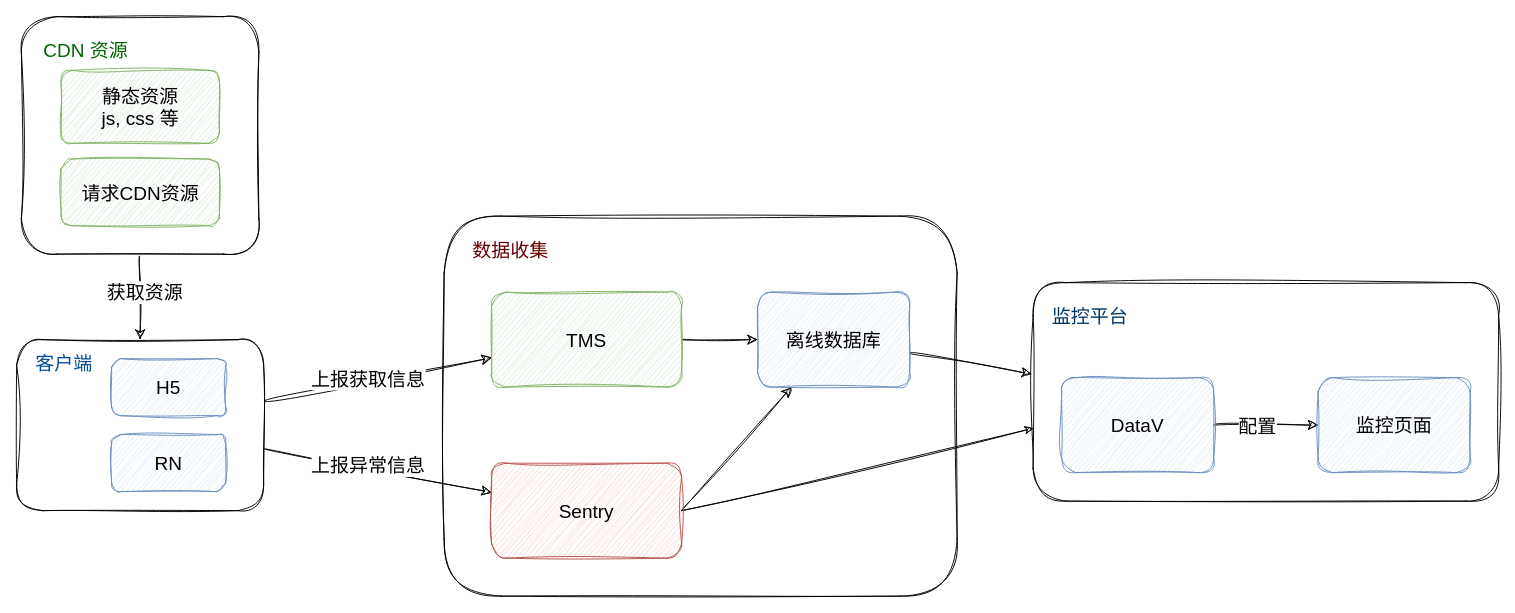
Before: CDN.drawio in Darkindom/draw-the-diagrams, a draw.io diagram. Source tidied: cells renumbered, new cells numbered last; positions are measured from the earlier drawing's top-left corner, leaving out a move shared by most shapes. Both pictures are drawn from the tidied source at 95%, with x=0, y=0 at pixel (16, 16).
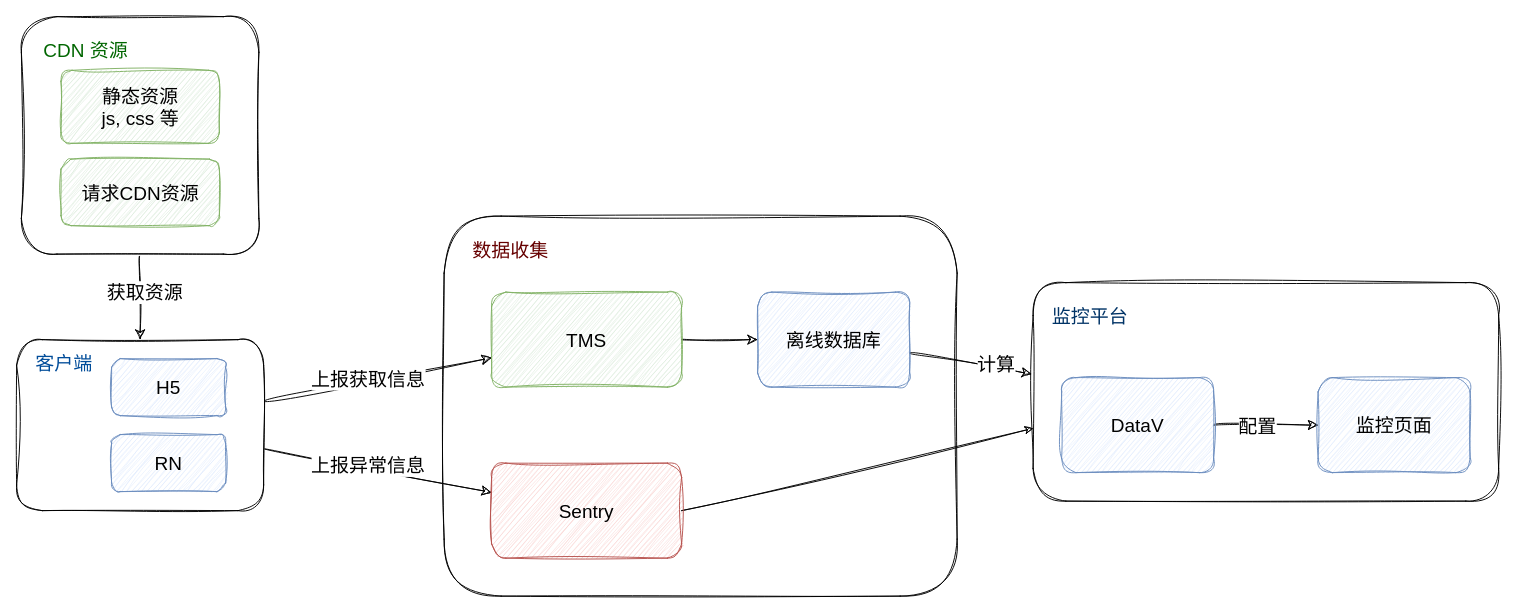
After the change.

Unchanged cells that the change refers to:
```xml
<mxCell id="2" style="rounded=1;whiteSpace=wrap;html=1;sketch=1;hachureGap=4;jiggle=2;curveFitting=1;fontFamily=手札体-简;fontSize=20;" parent="1" vertex="1">
  <mxGeometry x="1070" y="280" width="490" height="230" as="geometry" />
</mxCell>
<mxCell id="22" value="Sentry" style="whiteSpace=wrap;html=1;fontSize=20;fontFamily=手札体-简;rounded=1;sketch=1;hachureGap=4;jiggle=2;curveFitting=1;fillColor=#f8cecc;strokeColor=#b85450;" parent="1" vertex="1">
  <mxGeometry x="500" y="470" width="200" height="100" as="geometry" />
</mxCell>
<mxCell id="23" style="edgeStyle=none;curved=1;rounded=0;sketch=1;hachureGap=4;jiggle=2;curveFitting=1;jettySize=auto;html=1;fontFamily=手札体-简;fontSize=16;startSize=8;endSize=8;entryX=-0.003;entryY=0.419;entryDx=0;entryDy=0;entryPerimeter=0;" parent="1" edge="1" source="24" target="2">
  <mxGeometry relative="1" as="geometry" />
</mxCell>
<mxCell id="24" value="离线数据库" style="whiteSpace=wrap;html=1;fontSize=20;fontFamily=手札体-简;rounded=1;sketch=1;hachureGap=4;jiggle=2;curveFitting=1;fillColor=#dae8fc;strokeColor=#6c8ebf;" parent="1" vertex="1">
  <mxGeometry x="780" y="290" width="160" height="100" as="geometry" />
</mxCell>
```

The edit, as a diff of the source:
```diff
@@
-    <mxCell id="20" style="edgeStyle=none;curved=1;rounded=0;sketch=1;hachureGap=4;jiggle=2;curveFitting=1;jettySize=auto;html=1;exitX=1;exitY=0.5;exitDx=0;exitDy=0;fontFamily=手札体-简;fontSize=16;startSize=8;endSize=8;" parent="1" edge="1" source="22" target="24">
-      <mxGeometry relative="1" as="geometry" />
-    </mxCell>
-    <mxCell id="21" style="rounded=0;sketch=1;hachureGap=4;jiggle=2;curveFitting=1;jettySize=auto;html=1;exitX=1;exitY=0.5;exitDx=0;exitDy=0;fontFamily=Architects Daughter;fontSize=16;entryX=0;entryY=0.667;entryDx=0;entryDy=0;entryPerimeter=0;" parent="1" edge="1" source="22" target="2">
+    <mxCell id="21" style="rounded=0;sketch=1;hachureGap=4;jiggle=2;curveFitting=1;jettySize=auto;html=1;exitX=1;exitY=0.5;exitDx=0;exitDy=0;fontFamily=手札体-简;fontSize=16;entryX=0;entryY=0.667;entryDx=0;entryDy=0;entryPerimeter=0;" parent="1" edge="1" source="22" target="2">
       <mxGeometry relative="1" as="geometry" />
     </mxCell>
@@
+    <mxCell id="31" value="计算" style="edgeLabel;html=1;align=center;verticalAlign=middle;fontSize=20;fontFamily=手札体-简;" parent="23" vertex="1">
+      <mxGeometry x="0.17" y="2" relative="1" as="geometry">
+        <mxPoint x="15" as="offset" />
+      </mxGeometry>
+    </mxCell>
```
